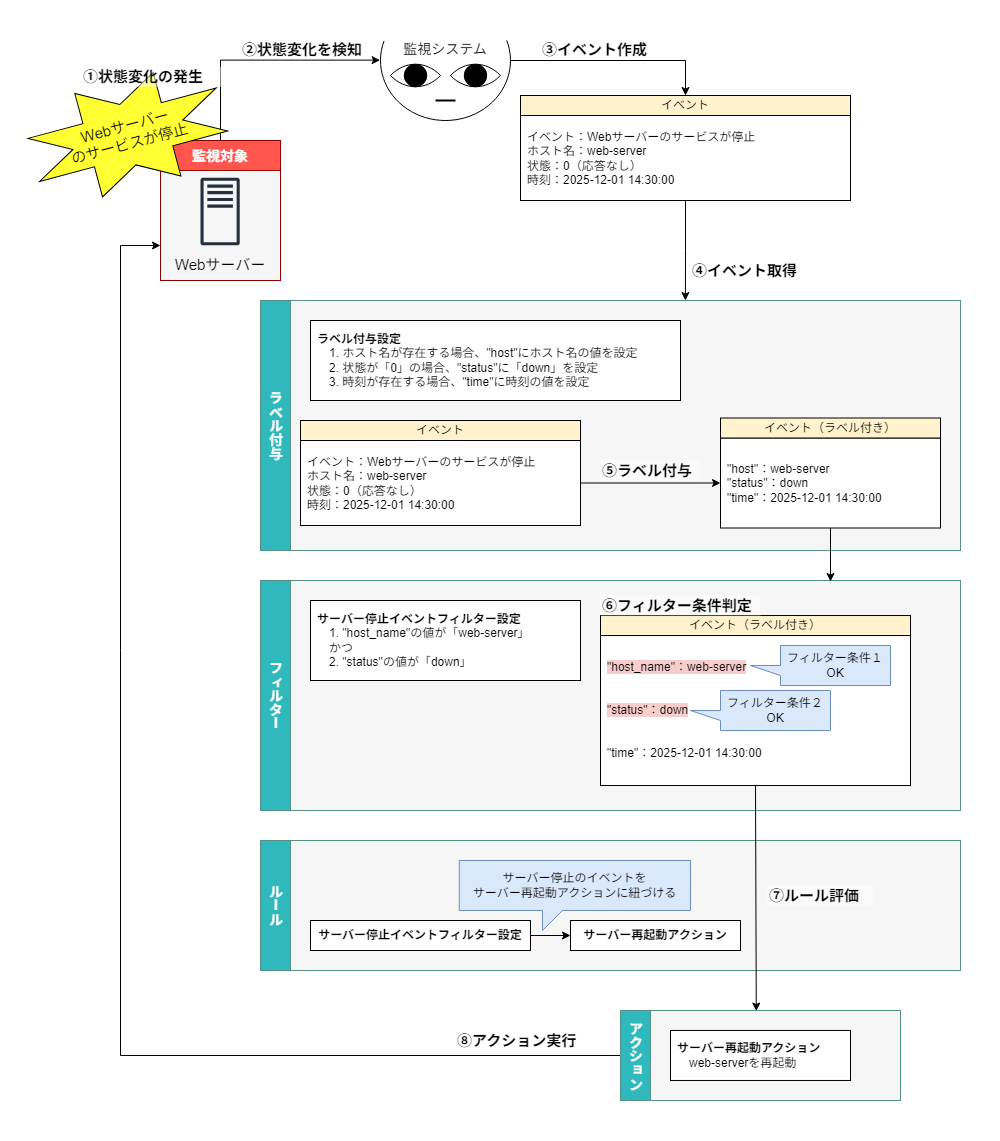
exastro-suite/exastro-it-automation-docs-dev keeps this draw.io diagram as src/images/ja/oase/oase/oase_eventflow_example.png. Above is the earlier version. Source tidied: cells renumbered, new cells last; positions are measured from the earlier drawing's top-left corner, leaving out a move shared by most shapes. Its diagram source:
```xml
<mxGraphModel>
  <root>
    <mxCell id="0" />
    <mxCell id="1" parent="0" />
    <mxCell id="2" style="rounded=0;whiteSpace=wrap;html=1;strokeColor=none;" parent="1" vertex="1">
      <mxGeometry y="20.7" width="1000" height="1119.3" as="geometry" />
    </mxCell>
    <mxCell id="3" style="rounded=0;whiteSpace=wrap;html=1;strokeColor=#579186;fillColor=light-dark(#f6f6f6, #2d2d2d);gradientColor=none;direction=south;" parent="1" vertex="1">
      <mxGeometry x="260" y="840" width="700" height="130" as="geometry" />
    </mxCell>
    <mxCell id="4" value="&lt;span style=&quot;font-size: 14px;&quot;&gt;ルール&lt;/span&gt;" style="rounded=0;whiteSpace=wrap;html=1;fillColor=light-dark(#2fb9bc, #EDEDED);strokeColor=#579186;strokeWidth=1;fontColor=#FFFFFF;fontStyle=1;fontSize=16;direction=south;horizontal=1;textDirection=vertical-lr;" parent="1" vertex="1">
      <mxGeometry x="260" y="840" width="30" height="130" as="geometry" />
    </mxCell>
    <mxCell id="5" style="edgeStyle=orthogonalEdgeStyle;rounded=0;jettySize=auto;html=1;exitX=1;exitY=0.5;exitDx=0;exitDy=0;entryX=0;entryY=0.5;entryDx=0;entryDy=0;" parent="1" edge="1" source="6" target="7">
      <mxGeometry relative="1" as="geometry" />
    </mxCell>
    <mxCell id="6" value="&lt;b&gt;サーバー停止イベントフィルター設定&lt;/b&gt;" style="rounded=0;whiteSpace=wrap;html=1;align=center;spacingTop=0;spacing=2;spacingLeft=0;fontSize=12;" parent="1" vertex="1">
      <mxGeometry x="310" y="920" width="220" height="30" as="geometry" />
    </mxCell>
    <mxCell id="7" value="&lt;b&gt;サーバー再起動アクション&lt;/b&gt;" style="rounded=0;whiteSpace=wrap;html=1;align=center;spacingTop=0;spacing=2;spacingLeft=0;" parent="1" vertex="1">
      <mxGeometry x="570" y="920" width="170" height="30" as="geometry" />
    </mxCell>
    <mxCell id="8" value="サーバー停止のイベントを&lt;div&gt;サーバー再起動アクションに紐づける&lt;/div&gt;" style="shape=callout;whiteSpace=wrap;html=1;perimeter=calloutPerimeter;direction=east;base=20;fillColor=#dae8fc;strokeColor=#6c8ebf;size=20;position=0.36;position2=0.36;" parent="1" vertex="1">
      <mxGeometry x="458.8" y="860" width="231.2" height="70" as="geometry" />
    </mxCell>
    <mxCell id="9" value="⑦ルール評価" style="text;html=1;whiteSpace=wrap;strokeColor=none;fillColor=default;align=left;verticalAlign=middle;rounded=0;fontStyle=1;fontSize=15;opacity=50;" parent="1" vertex="1">
      <mxGeometry x="766.9" y="885" width="106.2" height="20" as="geometry" />
    </mxCell>
    <mxCell id="10" style="edgeStyle=orthogonalEdgeStyle;rounded=0;jettySize=auto;html=1;entryX=0.5;entryY=0;entryDx=0;entryDy=0;" parent="1" edge="1" source="11" target="27">
      <mxGeometry relative="1" as="geometry" />
    </mxCell>
    <mxCell id="11" style="verticalLabelPosition=bottom;verticalAlign=top;html=1;shape=mxgraph.basic.arc;startAngle=0.1955219619197109;endAngle=0.802848905659913;fillColor=none;" parent="1" vertex="1">
      <mxGeometry x="380" width="130" height="120" as="geometry" />
    </mxCell>
    <mxCell id="12" style="rounded=0;whiteSpace=wrap;html=1;strokeColor=#8D0000;fillColor=light-dark(#f6f6f6, #2d2d2d);" parent="1" vertex="1">
      <mxGeometry x="160" y="140" width="120" height="140" as="geometry" />
    </mxCell>
    <mxCell id="13" value="&lt;font style=&quot;font-size: 14px;&quot;&gt;監視対象&lt;/font&gt;" style="rounded=0;whiteSpace=wrap;html=1;fillColor=light-dark(#ff554d, #ededed);strokeColor=#8D0000;strokeWidth=1;fontColor=#FFFFFF;fontStyle=1;fontSize=16;" parent="1" vertex="1">
      <mxGeometry x="160" y="140" width="120" height="30" as="geometry" />
    </mxCell>
    <mxCell id="14" style="whiteSpace=wrap;html=1;shape=mxgraph.basic.pointed_oval;direction=south;fillColor=default;" parent="1" vertex="1">
      <mxGeometry x="390" y="60" width="50" height="30" as="geometry" />
    </mxCell>
    <mxCell id="15" style="ellipse;whiteSpace=wrap;html=1;fillColor=#000000;" parent="1" vertex="1">
      <mxGeometry x="403.8" y="63.8" width="22.5" height="22.5" as="geometry" />
    </mxCell>
    <mxCell id="16" style="whiteSpace=wrap;html=1;shape=mxgraph.basic.pointed_oval;direction=south;fillColor=default;" parent="1" vertex="1">
      <mxGeometry x="450" y="60" width="50" height="30" as="geometry" />
    </mxCell>
    <mxCell id="17" style="ellipse;whiteSpace=wrap;html=1;fillColor=#000000;" parent="1" vertex="1">
      <mxGeometry x="463.8" y="63.8" width="22.5" height="22.5" as="geometry" />
    </mxCell>
    <mxCell id="18" style="line;strokeWidth=2;html=1;" parent="1" vertex="1">
      <mxGeometry x="435" y="95" width="20" height="10" as="geometry" />
    </mxCell>
    <mxCell id="19" value="監視システム" style="text;html=1;whiteSpace=wrap;strokeColor=none;fillColor=none;align=center;verticalAlign=middle;rounded=0;fontSize=14;" parent="1" vertex="1">
      <mxGeometry x="385" y="33.8" width="120" height="30" as="geometry" />
    </mxCell>
    <mxCell id="20" style="rounded=0;whiteSpace=wrap;html=1;strokeColor=#579186;fillColor=light-dark(#f6f6f6, #2d2d2d);gradientColor=none;direction=south;" parent="1" vertex="1">
      <mxGeometry x="260" y="300" width="700" height="250" as="geometry" />
    </mxCell>
    <mxCell id="21" value="&lt;span style=&quot;font-size: 14px;&quot;&gt;ラベル付与&lt;/span&gt;" style="rounded=0;whiteSpace=wrap;html=1;fillColor=light-dark(#2fb9bc, #EDEDED);strokeColor=#579186;strokeWidth=1;fontColor=#FFFFFF;fontStyle=1;fontSize=16;direction=south;horizontal=1;textDirection=vertical-lr;" parent="1" vertex="1">
      <mxGeometry x="260" y="300" width="30" height="250" as="geometry" />
    </mxCell>
    <mxCell id="22" style="rounded=0;whiteSpace=wrap;html=1;strokeColor=#579186;fillColor=light-dark(#f6f6f6, #2d2d2d);gradientColor=none;direction=south;" parent="1" vertex="1">
      <mxGeometry x="260" y="580" width="700" height="230" as="geometry" />
    </mxCell>
    <mxCell id="23" value="&lt;span style=&quot;font-size: 14px;&quot;&gt;フィルター&lt;/span&gt;&lt;span style=&quot;color: rgba(0, 0, 0, 0); font-family: monospace; font-size: 0px; font-weight: 400; text-align: start; text-wrap-mode: nowrap;&quot;&gt;%3CmxGraphModel%3E%3Croot%3E%3CmxCell%20id%3D%220%22%2F%3E%3CmxCell%20id%3D%221%22%20parent%3D%220%22%2F%3E%3CmxCell%20id%3D%222%22%20parent%3D%221%22%20style%3D%22rounded%3D0%3BwhiteSpace%3Dwrap%3Bhtml%3D1%3BstrokeColor%3D%23579186%3BfillColor%3Dlight-dark(%23f6f6f6%2C%20%232d2d2d)%3BgradientColor%3Dnone%3Bdirection%3Dsouth%3B%22%20value%3D%22%22%20vertex%3D%221%22%3E%3CmxGeometry%20height%3D%22279%22%20width%3D%22730%22%20x%3D%22360%22%20y%3D%22200%22%20as%3D%22geometry%22%2F%3E%3C%2FmxCell%3E%3CmxCell%20id%3D%223%22%20parent%3D%221%22%20style%3D%22rounded%3D0%3BwhiteSpace%3Dwrap%3Bhtml%3D1%3BfillColor%3Dlight-dark(%232fb9bc%2C%20%23EDEDED)%3BstrokeColor%3D%23579186%3BstrokeWidth%3D1%3BfontColor%3D%23FFFFFF%3BfontStyle%3D1%3BfontSize%3D16%3Bdirection%3Dsouth%3Bhorizontal%3D1%3BtextDirection%3Dvertical-lr%3B%22%20value%3D%22%26lt%3Bspan%20style%3D%26quot%3Bfont-size%3A%2014px%3B%26quot%3B%26gt%3B%E3%83%A9%E3%83%99%E3%83%AB%E4%BB%98%E4%B8%8E%26lt%3B%2Fspan%26gt%3B%22%20vertex%3D%221%22%3E%3CmxGeometry%20height%3D%22279%22%20width%3D%2230%22%20x%3D%22360%22%20y%3D%22200%22%20as%3D%22geometry%22%2F%3E%3C%2FmxCell%3E%3C%2Froot%3E%3C%2FmxGraphModel%3E&lt;/span&gt;" style="rounded=0;whiteSpace=wrap;html=1;fillColor=light-dark(#2fb9bc, #EDEDED);strokeColor=#579186;strokeWidth=1;fontColor=#FFFFFF;fontStyle=1;fontSize=16;direction=south;horizontal=1;textDirection=vertical-lr;" parent="1" vertex="1">
      <mxGeometry x="260" y="580" width="30" height="230" as="geometry" />
    </mxCell>
    <mxCell id="24" value="②状態変化を検知" style="text;html=1;whiteSpace=wrap;strokeColor=none;fillColor=default;align=left;verticalAlign=middle;rounded=0;fontStyle=1;fontSize=15;opacity=50;" parent="1" vertex="1">
      <mxGeometry x="240" y="38.7" width="130" height="20" as="geometry" />
    </mxCell>
    <mxCell id="25" style="edgeStyle=orthogonalEdgeStyle;rounded=0;jettySize=auto;html=1;exitX=0.5;exitY=1;exitDx=0;exitDy=0;entryX=0;entryY=0.393;entryDx=0;entryDy=0;entryPerimeter=0;" parent="1" edge="1" source="26" target="20">
      <mxGeometry relative="1" as="geometry" />
    </mxCell>
    <mxCell id="26" value="&lt;div&gt;イベント：Webサーバーのサービスが停止&lt;/div&gt;&lt;div&gt;ホスト名：web-server&lt;/div&gt;&lt;div&gt;状態：0（応答なし）&lt;/div&gt;&lt;div&gt;時刻：2025-12-01 14:30:00&lt;/div&gt;" style="rounded=0;whiteSpace=wrap;html=1;align=left;spacingTop=0;spacing=2;spacingLeft=5;" parent="1" vertex="1">
      <mxGeometry x="520" y="115" width="330" height="85" as="geometry" />
    </mxCell>
    <mxCell id="27" value="&lt;font&gt;イベント&lt;/font&gt;" style="rounded=0;whiteSpace=wrap;html=1;fillColor=#fff2cc;strokeColor=default;fontSize=12;" parent="1" vertex="1">
      <mxGeometry x="520" y="95" width="330" height="20" as="geometry" />
    </mxCell>
    <mxCell id="28" value="③イベント作成" style="text;html=1;whiteSpace=wrap;strokeColor=none;fillColor=default;align=left;verticalAlign=middle;rounded=0;fontStyle=1;fontSize=15;opacity=50;" parent="1" vertex="1">
      <mxGeometry x="540" y="39" width="120" height="20" as="geometry" />
    </mxCell>
    <mxCell id="29" style="edgeStyle=orthogonalEdgeStyle;rounded=0;jettySize=auto;html=1;exitX=0.5;exitY=0;exitDx=0;exitDy=0;entryX=-0.003;entryY=0.497;entryDx=0;entryDy=0;entryPerimeter=0;" parent="1" edge="1" source="13" target="11">
      <mxGeometry relative="1" as="geometry" />
    </mxCell>
    <mxCell id="30" value="④イベント取得" style="text;html=1;whiteSpace=wrap;strokeColor=none;fillColor=default;align=left;verticalAlign=middle;rounded=0;fontStyle=1;fontSize=15;opacity=50;" parent="1" vertex="1">
      <mxGeometry x="690" y="260" width="120" height="20" as="geometry" />
    </mxCell>
    <mxCell id="31" style="edgeStyle=orthogonalEdgeStyle;rounded=0;jettySize=auto;html=1;exitX=0.5;exitY=1;exitDx=0;exitDy=0;" parent="1" edge="1" source="32">
      <mxGeometry relative="1" as="geometry">
        <mxPoint x="830" y="581" as="targetPoint" />
      </mxGeometry>
    </mxCell>
    <mxCell id="32" value="&quot;host&quot;：web-server&lt;div&gt;&quot;status&quot;：down&lt;/div&gt;&lt;div&gt;&quot;time&quot;：2025-12-01 14:30:00&lt;/div&gt;" style="rounded=0;whiteSpace=wrap;html=1;align=left;spacingTop=0;spacing=2;spacingLeft=5;" parent="1" vertex="1">
      <mxGeometry x="720" y="437.5" width="220" height="90" as="geometry" />
    </mxCell>
    <mxCell id="33" value="&lt;font&gt;イベント（ラベル付き）&lt;/font&gt;" style="rounded=0;whiteSpace=wrap;html=1;fillColor=#fff2cc;strokeColor=default;fontSize=12;" parent="1" vertex="1">
      <mxGeometry x="720" y="417.5" width="220" height="20" as="geometry" />
    </mxCell>
    <mxCell id="34" style="sketch=0;fontColor=#232F3E;gradientColor=none;fillColor=#232F3D;strokeColor=none;dashed=0;verticalLabelPosition=bottom;verticalAlign=top;align=center;html=1;fontSize=12;fontStyle=0;shape=mxgraph.aws4.traditional_server;" parent="1" vertex="1">
      <mxGeometry x="200" y="177" width="39.2" height="68" as="geometry" />
    </mxCell>
    <mxCell id="35" value="&lt;div&gt;Webサーバー&lt;/div&gt;" style="text;html=1;whiteSpace=wrap;strokeColor=none;fillColor=none;align=center;verticalAlign=middle;rounded=0;fontSize=15;" parent="1" vertex="1">
      <mxGeometry x="160" y="247.1" width="120" height="32.9" as="geometry" />
    </mxCell>
    <mxCell id="36" style="verticalLabelPosition=bottom;verticalAlign=top;html=1;shape=mxgraph.basic.8_point_star;rotation=-15;fillColor=#FFFF33;fontStyle=0;" parent="1" vertex="1">
      <mxGeometry x="30" y="80.7" width="194.8" height="107.1" as="geometry" />
    </mxCell>
    <mxCell id="37" value="&lt;div&gt;Webサーバー&lt;/div&gt;のサービスが停止" style="text;html=1;whiteSpace=wrap;strokeColor=none;fillColor=none;align=center;verticalAlign=middle;rounded=0;fontSize=15;rotation=-15;" parent="1" vertex="1">
      <mxGeometry x="57.4" y="111.3" width="140" height="45.8" as="geometry" />
    </mxCell>
    <mxCell id="38" value="&lt;font&gt;①状態変化の発生&lt;/font&gt;" style="text;html=1;whiteSpace=wrap;strokeColor=none;fillColor=default;align=left;verticalAlign=middle;rounded=0;fontStyle=1;fontSize=15;opacity=50;" parent="1" vertex="1">
      <mxGeometry x="81.2" y="66.2" width="148.8" height="20" as="geometry" />
    </mxCell>
    <mxCell id="39" value="&lt;b&gt;ラベル付与設定&lt;/b&gt;&lt;div&gt;　1. ホスト名が存在する場合、&quot;host&quot;にホスト名の値を設定&lt;/div&gt;&lt;div&gt;&lt;span style=&quot;background-color: transparent; color: light-dark(rgb(0, 0, 0), rgb(255, 255, 255));&quot;&gt;　2. 状態が「0」の場合、&quot;status&quot;に「down」を設定&lt;/span&gt;&lt;/div&gt;&lt;div&gt;　3. 時刻が存在する場合、&quot;time&quot;に時刻の値を設定&lt;/div&gt;" style="rounded=0;whiteSpace=wrap;html=1;align=left;spacingTop=0;spacing=2;spacingLeft=5;" parent="1" vertex="1">
      <mxGeometry x="310" y="320" width="370" height="80" as="geometry" />
    </mxCell>
    <mxCell id="40" value="&lt;div&gt;イベント：Webサーバーのサービスが停止&lt;/div&gt;&lt;div&gt;ホスト名：web-server&lt;/div&gt;&lt;div&gt;状態：0（応答なし）&lt;/div&gt;&lt;div&gt;時刻：2025-12-01 14:30:00&lt;/div&gt;" style="rounded=0;whiteSpace=wrap;html=1;align=left;spacingTop=0;spacing=2;spacingLeft=5;" parent="1" vertex="1">
      <mxGeometry x="300" y="440" width="280" height="85" as="geometry" />
    </mxCell>
    <mxCell id="41" value="&lt;font&gt;イベント&lt;/font&gt;" style="rounded=0;whiteSpace=wrap;html=1;fillColor=#fff2cc;strokeColor=default;fontSize=12;" parent="1" vertex="1">
      <mxGeometry x="300" y="420" width="280" height="20" as="geometry" />
    </mxCell>
    <mxCell id="42" style="endArrow=classic;html=1;rounded=0;exitX=1;exitY=0.5;exitDx=0;exitDy=0;entryX=0;entryY=0.5;entryDx=0;entryDy=0;" parent="1" edge="1" source="40" target="32">
      <mxGeometry relative="1" as="geometry" />
    </mxCell>
    <mxCell id="43" value="&lt;span style=&quot;background-color: rgb(248, 206, 204);&quot;&gt;&quot;host_name&quot;：web-server&lt;/span&gt;&lt;div&gt;&lt;br&gt;&lt;/div&gt;&lt;div&gt;&lt;br&gt;&lt;/div&gt;&lt;div&gt;&lt;span style=&quot;background-color: rgb(248, 206, 204);&quot;&gt;&quot;status&quot;：down&lt;/span&gt;&lt;/div&gt;&lt;div&gt;&lt;br&gt;&lt;/div&gt;&lt;div&gt;&lt;br&gt;&lt;/div&gt;&lt;div&gt;&quot;time&quot;：2025-12-01 14:30:00&lt;/div&gt;" style="rounded=0;whiteSpace=wrap;html=1;align=left;spacingTop=0;spacing=2;spacingLeft=5;" parent="1" vertex="1">
      <mxGeometry x="600" y="635" width="310" height="150" as="geometry" />
    </mxCell>
    <mxCell id="44" value="&lt;font&gt;イベント（ラベル付き）&lt;/font&gt;" style="rounded=0;whiteSpace=wrap;html=1;fillColor=#fff2cc;strokeColor=default;fontSize=12;" parent="1" vertex="1">
      <mxGeometry x="600" y="615" width="310" height="20" as="geometry" />
    </mxCell>
    <mxCell id="45" value="&lt;b&gt;サーバー停止イベントフィルター設定&lt;/b&gt;&lt;div&gt;　1. &quot;host_name&quot;の値が「web-server」&lt;/div&gt;&lt;div&gt;　かつ&lt;/div&gt;&lt;div&gt;　2. &quot;status&quot;の値が「down」&lt;/div&gt;" style="rounded=0;whiteSpace=wrap;html=1;align=left;spacingTop=0;spacing=2;spacingLeft=5;" parent="1" vertex="1">
      <mxGeometry x="310" y="600" width="270" height="80" as="geometry" />
    </mxCell>
    <mxCell id="46" value="フィルター条件１&lt;br&gt;OK" style="shape=callout;whiteSpace=wrap;html=1;perimeter=calloutPerimeter;direction=south;base=10;fillColor=#dae8fc;strokeColor=#6c8ebf;" parent="1" vertex="1">
      <mxGeometry x="750" y="645" width="140" height="40" as="geometry" />
    </mxCell>
    <mxCell id="47" value="フィルター条件２&lt;br&gt;OK" style="shape=callout;whiteSpace=wrap;html=1;perimeter=calloutPerimeter;direction=south;base=10;fillColor=#dae8fc;strokeColor=#6c8ebf;" parent="1" vertex="1">
      <mxGeometry x="690" y="690" width="140" height="40" as="geometry" />
    </mxCell>
    <mxCell id="48" style="rounded=0;whiteSpace=wrap;html=1;strokeColor=#579186;fillColor=light-dark(#f6f6f6, #2d2d2d);gradientColor=none;direction=south;" parent="1" vertex="1">
      <mxGeometry x="620" y="1010" width="280" height="90" as="geometry" />
    </mxCell>
    <mxCell id="49" style="edgeStyle=orthogonalEdgeStyle;rounded=0;jettySize=auto;html=1;exitX=0.5;exitY=1;exitDx=0;exitDy=0;entryX=0;entryY=0.75;entryDx=0;entryDy=0;" parent="1" edge="1" source="50" target="12">
      <mxGeometry relative="1" as="geometry">
        <Array as="points">
          <mxPoint x="120" y="1055" />
          <mxPoint x="120" y="245" />
        </Array>
      </mxGeometry>
    </mxCell>
    <mxCell id="50" value="&lt;span style=&quot;font-size: 14px;&quot;&gt;アクション&lt;/span&gt;" style="rounded=0;whiteSpace=wrap;html=1;fillColor=light-dark(#2fb9bc, #EDEDED);strokeColor=#579186;strokeWidth=1;fontColor=#FFFFFF;fontStyle=1;fontSize=16;direction=south;horizontal=1;textDirection=vertical-lr;" parent="1" vertex="1">
      <mxGeometry x="620" y="1010" width="30" height="90" as="geometry" />
    </mxCell>
    <mxCell id="51" style="endArrow=classic;html=1;rounded=0;exitX=0.5;exitY=1;exitDx=0;exitDy=0;entryX=0.006;entryY=0.515;entryDx=0;entryDy=0;entryPerimeter=0;" parent="1" edge="1" source="43" target="48">
      <mxGeometry relative="1" as="geometry" />
    </mxCell>
    <mxCell id="52" value="&lt;b&gt;サーバー再起動アクション&lt;/b&gt;&lt;div&gt;　web-serverを再起動&lt;/div&gt;" style="rounded=0;whiteSpace=wrap;html=1;align=left;spacingTop=0;spacing=2;spacingLeft=5;" parent="1" vertex="1">
      <mxGeometry x="670" y="1030" width="180" height="50" as="geometry" />
    </mxCell>
    <mxCell id="53" value="⑤ラベル付与" style="text;html=1;whiteSpace=wrap;strokeColor=none;fillColor=default;align=left;verticalAlign=middle;rounded=0;fontStyle=1;fontSize=15;opacity=50;" parent="1" vertex="1">
      <mxGeometry x="600" y="460" width="100" height="20" as="geometry" />
    </mxCell>
    <mxCell id="54" value="⑥フィルター条件判定" style="text;html=1;whiteSpace=wrap;strokeColor=none;fillColor=default;align=left;verticalAlign=middle;rounded=0;fontStyle=1;fontSize=15;opacity=50;" parent="1" vertex="1">
      <mxGeometry x="600" y="595" width="160" height="20" as="geometry" />
    </mxCell>
    <mxCell id="55" value="⑧アクション実行" style="text;html=1;whiteSpace=wrap;strokeColor=none;fillColor=default;align=left;verticalAlign=middle;rounded=0;fontStyle=1;fontSize=15;opacity=50;" parent="1" vertex="1">
      <mxGeometry x="455" y="1030" width="123.1" height="20" as="geometry" />
    </mxCell>
  </root>
</mxGraphModel>
```
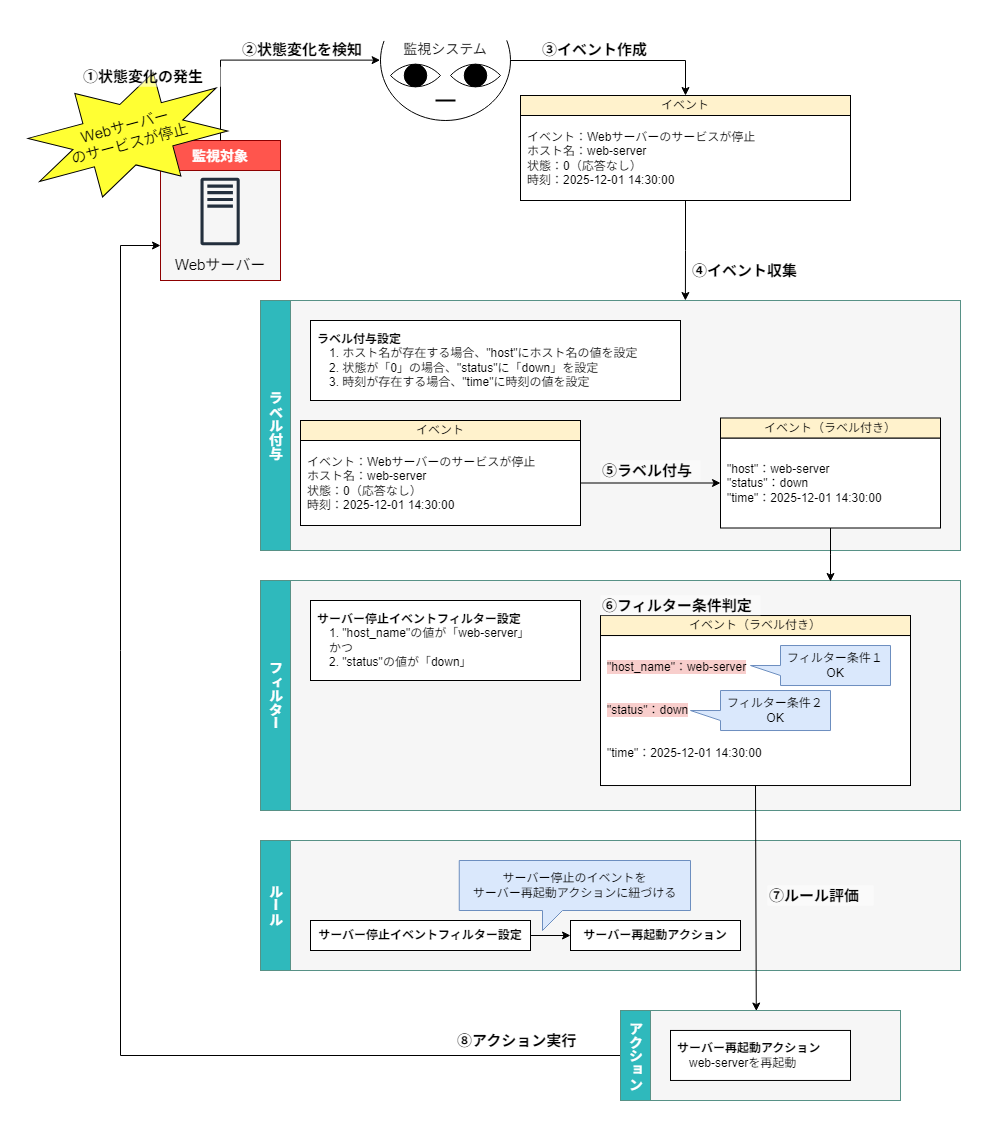
Above is the later version.

The edit, as a diff of the source:
```diff
@@ -86,7 +86,7 @@
     <mxCell id="29" style="edgeStyle=orthogonalEdgeStyle;rounded=0;jettySize=auto;html=1;exitX=0.5;exitY=0;exitDx=0;exitDy=0;entryX=-0.003;entryY=0.497;entryDx=0;entryDy=0;entryPerimeter=0;" parent="1" edge="1" source="13" target="11">
       <mxGeometry relative="1" as="geometry" />
     </mxCell>
-    <mxCell id="30" value="④イベント取得" style="text;html=1;whiteSpace=wrap;strokeColor=none;fillColor=default;align=left;verticalAlign=middle;rounded=0;fontStyle=1;fontSize=15;opacity=50;" parent="1" vertex="1">
+    <mxCell id="30" value="④イベント収集" style="text;html=1;whiteSpace=wrap;strokeColor=none;fillColor=default;align=left;verticalAlign=middle;rounded=0;fontStyle=1;fontSize=15;opacity=50;" parent="1" vertex="1">
       <mxGeometry x="690" y="260" width="120" height="20" as="geometry" />
     </mxCell>
     <mxCell id="31" style="edgeStyle=orthogonalEdgeStyle;rounded=0;jettySize=auto;html=1;exitX=0.5;exitY=1;exitDx=0;exitDy=0;" parent="1" edge="1" source="32">
```
